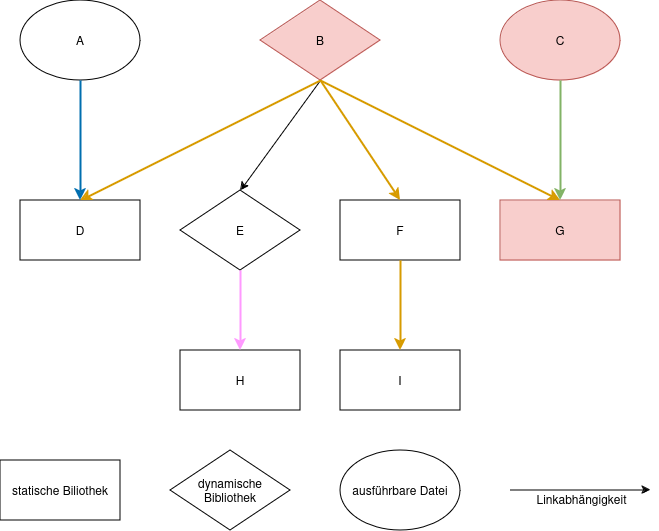
This is paper/graphics/analysis_localsets.drawio.png from Deric-W/FindScoreP, a draw.io export, as it was before one commit. Source tidied: cells renumbered, new cells last; positions are measured from the earlier drawing's top-left corner, leaving out a move shared by most shapes.
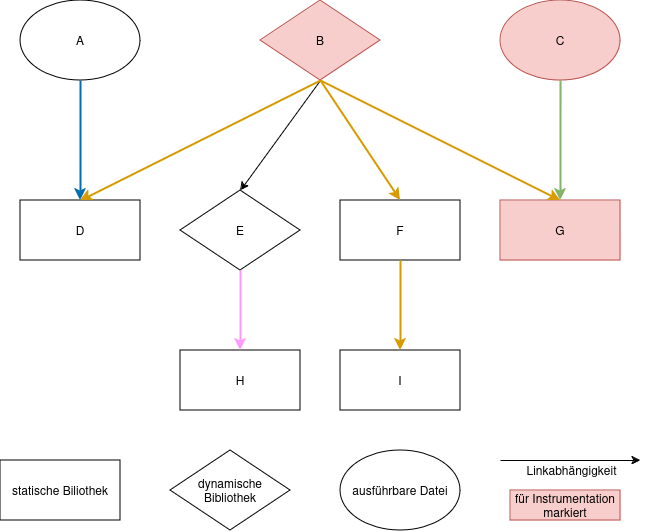
The same file after the commit.

What changed in the source:
```diff
@@ -13,8 +13,8 @@
     </mxCell>
     <mxCell id="5" style="endArrow=classic;html=1;rounded=0;align=center;verticalAlign=top;" parent="1" edge="1">
       <mxGeometry relative="1" as="geometry">
-        <mxPoint x="510" y="489.5" as="sourcePoint" />
-        <mxPoint x="650" y="489.5" as="targetPoint" />
+        <mxPoint x="500" y="460" as="sourcePoint" />
+        <mxPoint x="640" y="460" as="targetPoint" />
       </mxGeometry>
     </mxCell>
     <mxCell id="6" value="&lt;div style=&quot;line-height: 120%; font-size: 13px;&quot; align=&quot;center&quot;&gt;&lt;font style=&quot;font-size: 12px;&quot;&gt;Linkabhängigkeit&lt;/font&gt;&lt;/div&gt;" style="edgeLabel;html=1;align=center;verticalAlign=middle;fontSize=14;labelBackgroundColor=none;" parent="5" vertex="1">
@@ -73,5 +73,8 @@
     <mxCell id="23" style="endArrow=classic;html=1;rounded=0;entryX=0.5;entryY=0;entryDx=0;entryDy=0;exitX=0.5;exitY=1;exitDx=0;exitDy=0;fillColor=#ffe6cc;strokeColor=#d79b00;strokeWidth=2;" parent="1" edge="1" source="11" target="22">
       <mxGeometry relative="1" as="geometry" />
     </mxCell>
+    <mxCell id="24" value="für Instrumentation markiert" style="rounded=0;whiteSpace=wrap;html=1;fillColor=#f8cecc;strokeColor=#b85450;" parent="1" vertex="1">
+      <mxGeometry x="510" y="490" width="110" height="30" as="geometry" />
+    </mxCell>
   </root>
 </mxGraphModel>
```
